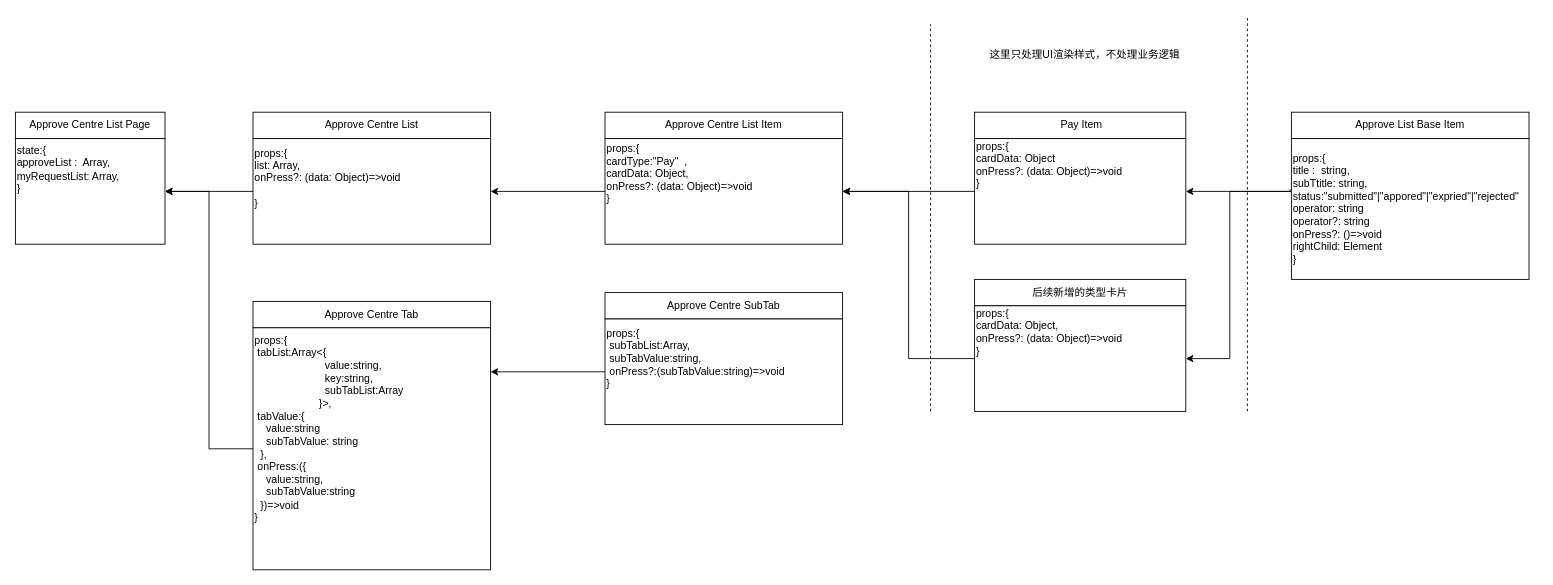
Earlier version of the draw.io diagram page "第 4 页" (4 of 5) of approveCentre.drawio (RexYao97/sfrex). Source tidied: cells renumbered, new cells numbered last; positions are measured from the earlier drawing's top-left corner, leaving out a move shared by most shapes. Both pictures are drawn from the tidied source at 88%, with x=0, y=0 at pixel (15, 15).
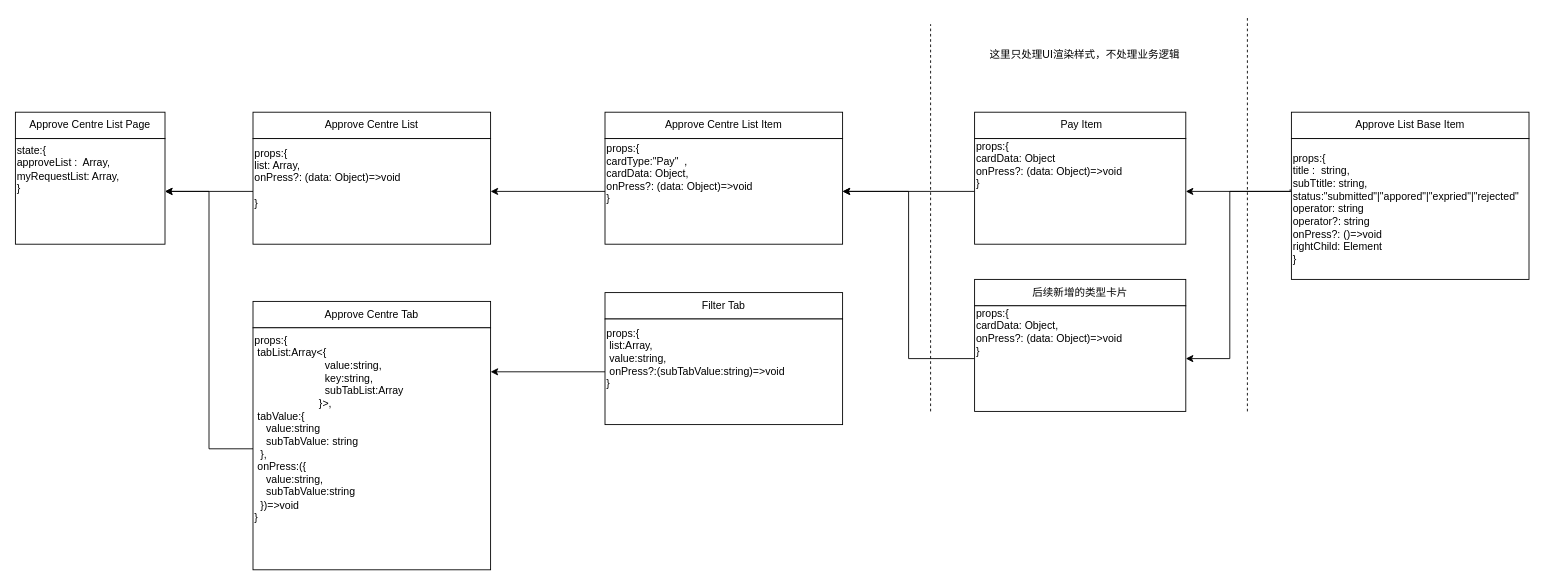
Above is the later version.

The edit, as a diff of the source:
```diff
@@
-    <mxCell id="32" value="Approve Centre SubTab" style="rounded=0;whiteSpace=wrap;html=1;" parent="1" vertex="1">
+    <mxCell id="32" value="Filter Tab" style="rounded=0;whiteSpace=wrap;html=1;" parent="1" vertex="1">
       <mxGeometry x="670" y="315" width="270" height="30" as="geometry" />
     </mxCell>
@@
-    <mxCell id="35" value="props:{&lt;br&gt;&amp;nbsp;subTabList:Array,&lt;br&gt;&amp;nbsp;subTabValue:string,&lt;br&gt;&amp;nbsp;onPress?:(subTabValue:string)=&amp;gt;void&lt;br&gt;}" style="text;html=1;align=left;verticalAlign=middle;strokeColor=none;fillColor=none;" parent="1" vertex="1">
+    <mxCell id="35" value="props:{&lt;br&gt;&amp;nbsp;list:Array,&lt;br&gt;&amp;nbsp;value:string,&lt;br&gt;&amp;nbsp;onPress?:(subTabValue:string)=&amp;gt;void&lt;br&gt;}" style="text;html=1;align=left;verticalAlign=middle;strokeColor=none;fillColor=none;" parent="1" vertex="1">
       <mxGeometry x="670" y="345" width="230" height="90" as="geometry" />
     </mxCell>
```
